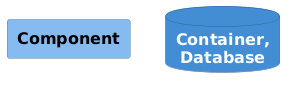
This is docs/c4-dsl/plantuml/png/structurizr-Component_acc-key.png from lfuuu/Diplom, a PlantUML export, as it was before one commit.
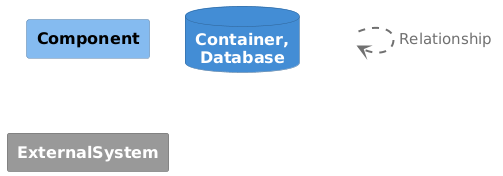
After the commit.

Diff of the diagram source:
```diff
@@ -30,5 +30,15 @@
 }
 database "==Container, Database" <<2>>
 
+skinparam rectangle<<3>> {
+  BackgroundColor #999999
+  FontColor #ffffff
+  BorderColor #6b6b6b
+}
+rectangle "==ExternalSystem" <<3>>
+
+rectangle "." <<_transparent>> as 4
+4 .[#707070,thickness=2].> 4 : "<color:#707070>Relationship"
+
 
 @enduml
```
